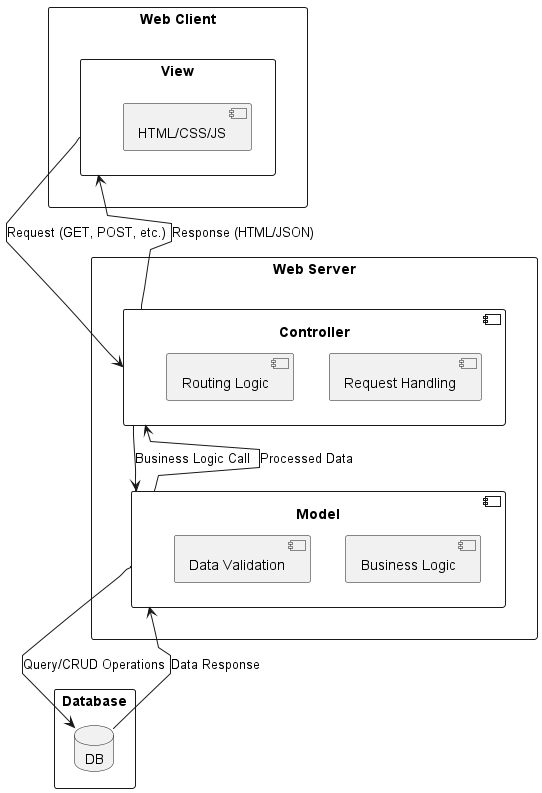
Earlier version of the PlantUML export docs/diagram/web-mvc-illustration/web-mvc-illustration.png (andromeda-hebat/FINALIS-JTI-WEB). The source it was exported from:
```plantuml
@startuml
skinparam packageStyle rectangle
skinparam linetype polyline

package "Web Client" {
    rectangle View as V {
        component "HTML/CSS/JS" as HTML
    }
}

package "Web Server" {
    component Controller as C {
        [Request Handling]
        [Routing Logic]
    }

    component Model as M {
        [Business Logic]
        [Data Validation]
    }
}

package "Database" {
    database "DB" as DB
}

V -down-> C : "Request (GET, POST, etc.)"
C --> M : "Business Logic Call"
M --> DB : "Query/CRUD Operations"
DB --> M : "Data Response"
M --> C : "Processed Data"
C --> V : "Response (HTML/JSON)"
@enduml
```
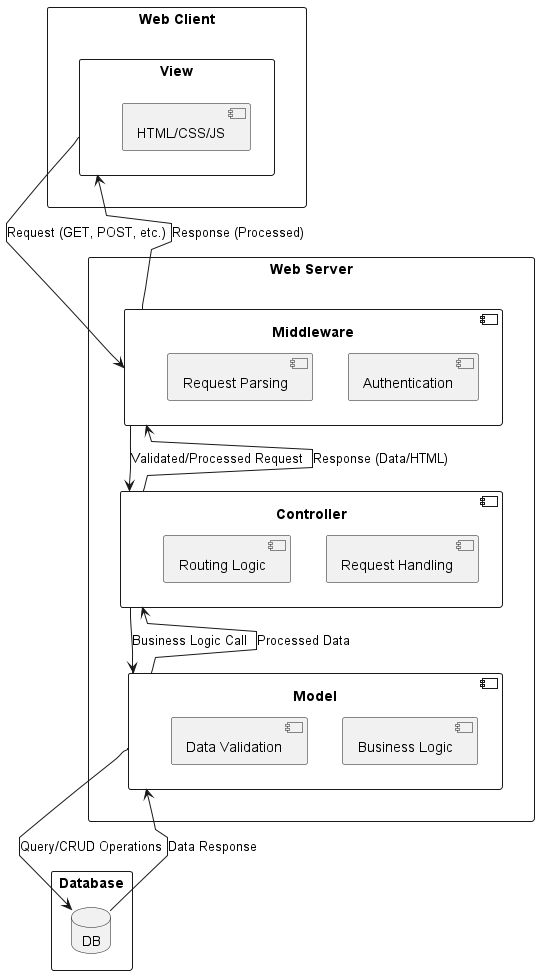
The same diagram one commit later.

Commit message:
add: middleware illustration in web mvc design

Change to the diagram source:
```diff
@@ -9,6 +9,11 @@
 }
 
 package "Web Server" {
+    component Middleware as MW {
+        [Authentication]
+        [Request Parsing]
+    }
+
     component Controller as C {
         [Request Handling]
         [Routing Logic]
@@ -24,10 +29,12 @@
     database "DB" as DB
 }
 
-V -down-> C : "Request (GET, POST, etc.)"
+V -down-> MW : "Request (GET, POST, etc.)"
+MW -down-> C : "Validated/Processed Request"
 C --> M : "Business Logic Call"
 M --> DB : "Query/CRUD Operations"
 DB --> M : "Data Response"
 M --> C : "Processed Data"
-C --> V : "Response (HTML/JSON)"
+C -up-> MW : "Response (Data/HTML)"
+MW -up-> V : "Response (Processed)"
 @enduml
```
